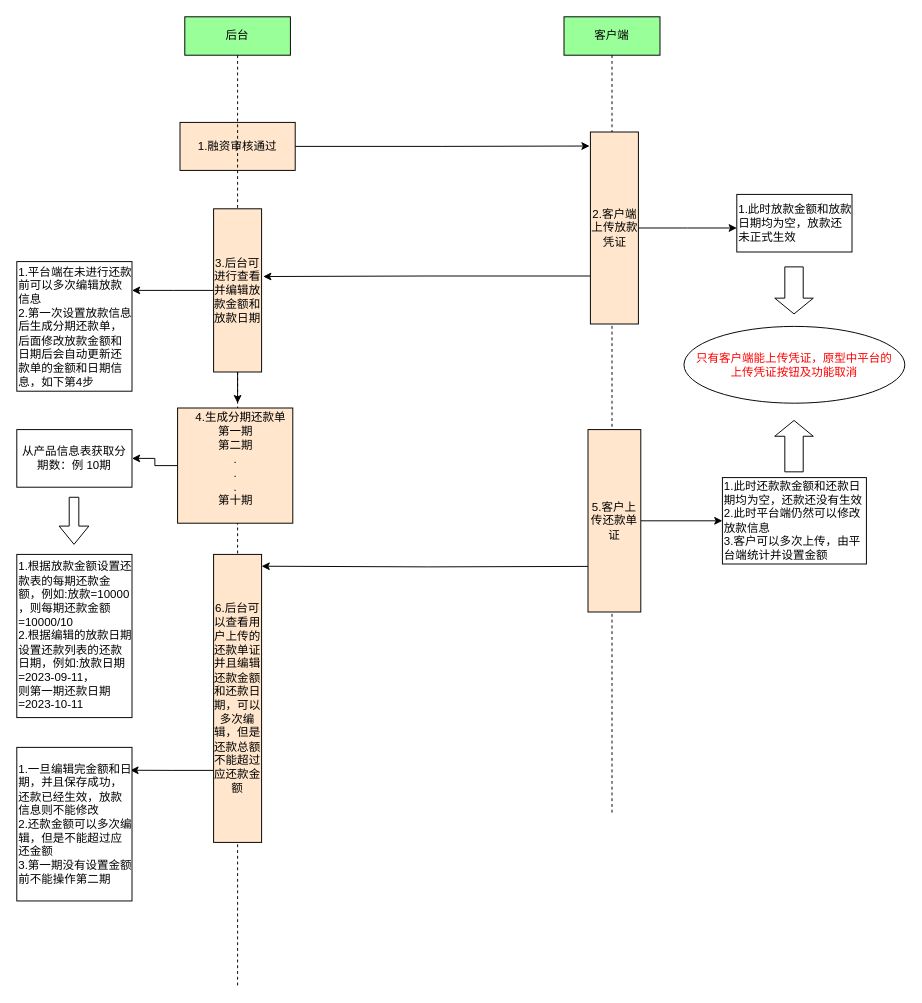
The draw.io diagram 放款与还款.drawio in HaivenZhang/draw-io-files, before the edit. Source tidied: cells renumbered, new cells numbered last; positions are measured from the earlier drawing's top-left corner, leaving out a move shared by most shapes. Both pictures are drawn from the tidied source at 96%, with x=0, y=0 at pixel (16, 16).
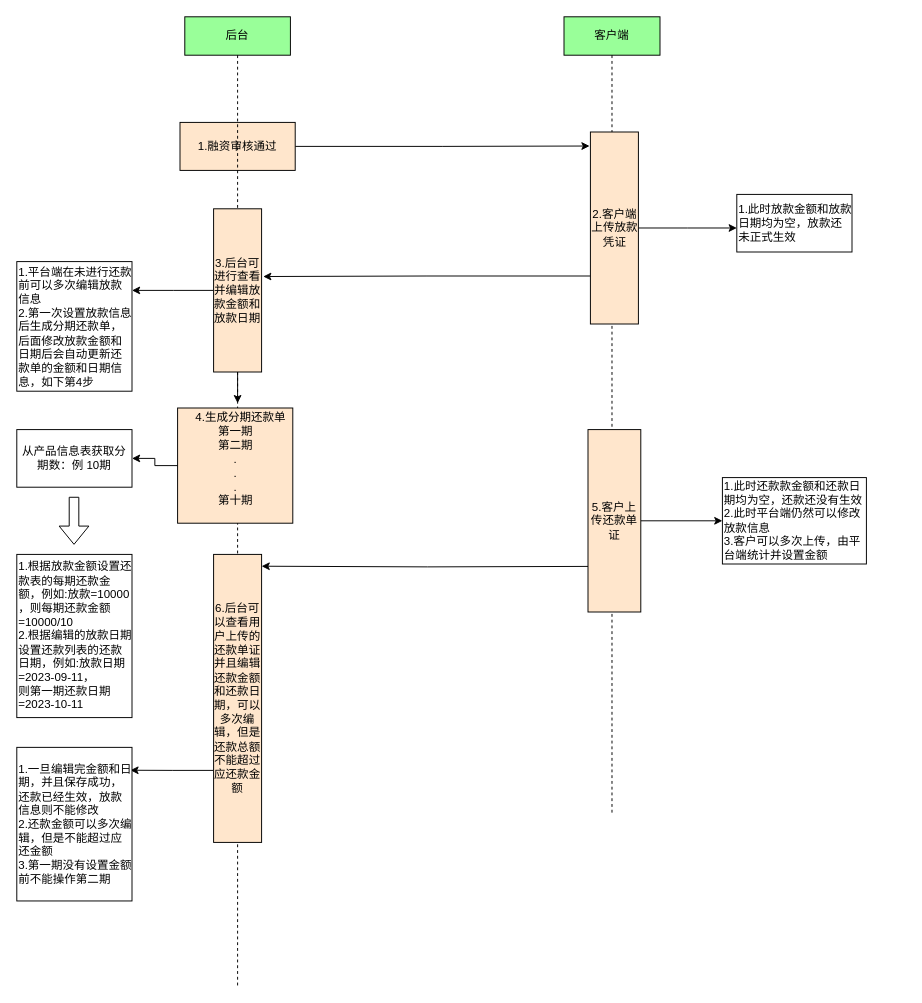
After the change.

Commit message:
更新放款与还款.drawio

What changed in the source:
```diff
@@
-    <mxCell id="22" value="&lt;div&gt;&lt;font color=&quot;#ff0000&quot;&gt;只有客户端能上传凭证，原型中平台的&lt;/font&gt;&lt;/div&gt;&lt;div&gt;&lt;font color=&quot;#ff0000&quot;&gt;上传凭证按钮及功能取消&lt;/font&gt;&lt;/div&gt;" style="ellipse;whiteSpace=wrap;html=1;" parent="1" vertex="1">
-      <mxGeometry x="695" y="322.5" width="230" height="80" as="geometry" />
-    </mxCell>
-    <mxCell id="23" style="shape=flexArrow;endArrow=classic;html=1;rounded=0;width=19.166666666666668;endSize=5.141666666666667;entryX=0.75;entryY=0.944;entryDx=0;entryDy=0;entryPerimeter=0;" parent="1" edge="1">
-      <mxGeometry relative="1" as="geometry">
-        <mxPoint x="809.6" y="474.5" as="sourcePoint" />
-        <mxPoint x="809.6" y="420" as="targetPoint" />
-      </mxGeometry>
-    </mxCell>
-    <mxCell id="24" style="shape=flexArrow;endArrow=classic;html=1;rounded=0;width=19.166666666666668;endSize=5.141666666666667;" parent="1" edge="1">
-      <mxGeometry relative="1" as="geometry">
-        <mxPoint x="809.6" y="260" as="sourcePoint" />
-        <mxPoint x="809.6" y="310" as="targetPoint" />
-      </mxGeometry>
-    </mxCell>
```
